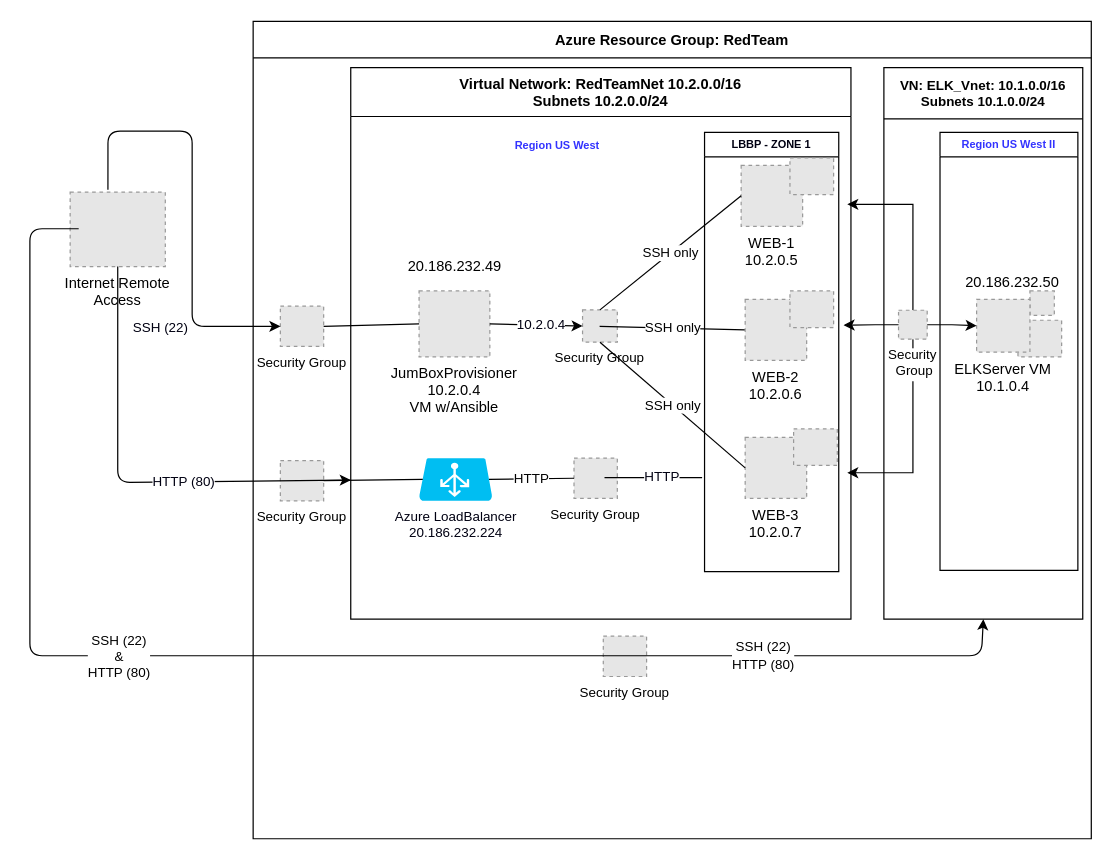
The draw.io diagram 1_Diagram/ELK_Project1.drawio in plb027/W13_HomeWork_PLB, before the edit. Source tidied: cells renumbered, new cells numbered last; positions are measured from the earlier drawing's top-left corner, leaving out a move shared by most shapes. Both pictures are drawn from the tidied source at 122%, with x=0, y=0 at pixel (29, 21). Pictures stored in the file or linked from it are replaced by grey dashed boxes.
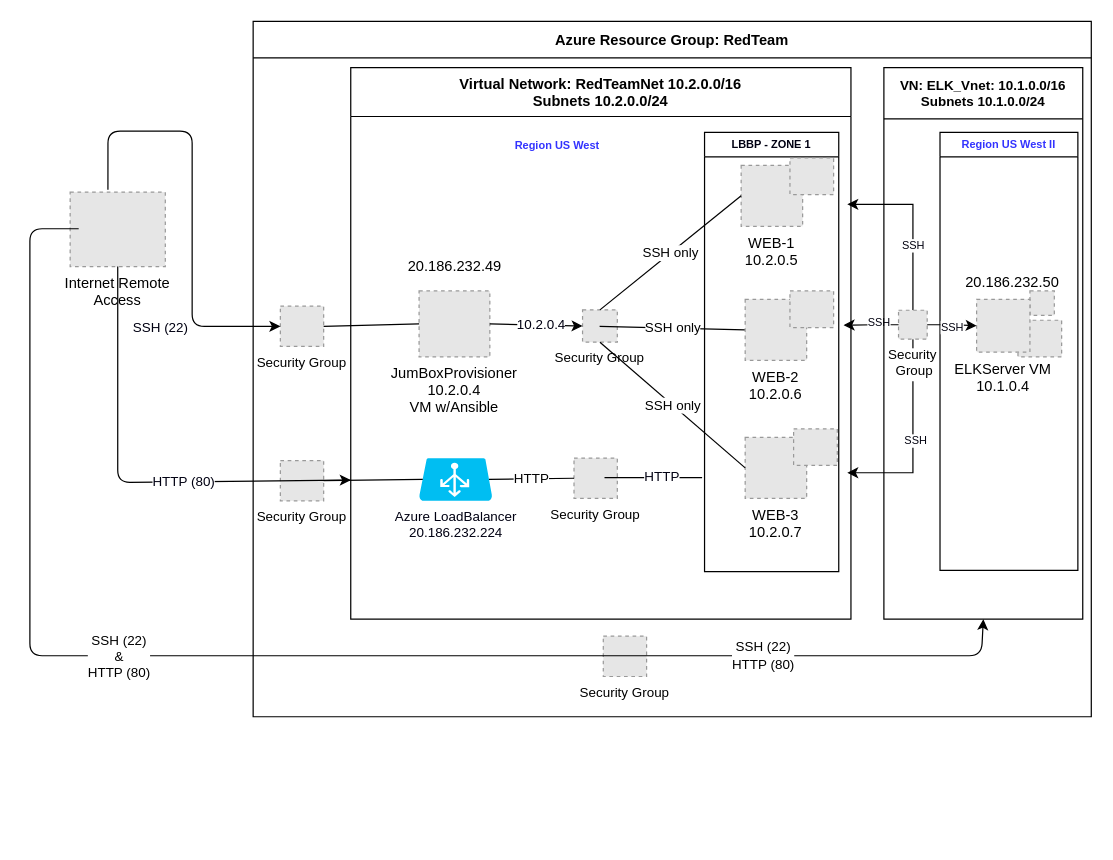
After the change.

Commit message (it also covers changes not shown here):
update files on 1_Diagram folder

Unchanged cells that the change refers to:
```xml
<mxCell id="24" style="edgeStyle=orthogonalEdgeStyle;rounded=0;orthogonalLoop=1;jettySize=auto;html=1;shadow=0;fontSize=11;" parent="5" edge="1">
  <mxGeometry relative="1" as="geometry">
    <mxPoint x="456" y="210.7" as="sourcePoint" />
    <mxPoint x="404" y="211" as="targetPoint" />
    <Array as="points">
      <mxPoint x="430" y="211" />
      <mxPoint x="430" y="211" />
    </Array>
  </mxGeometry>
</mxCell>
<mxCell id="25" style="edgeStyle=orthogonalEdgeStyle;rounded=0;jettySize=auto;html=1;shadow=0;fontSize=11;" parent="5" edge="1" source="27">
  <mxGeometry relative="1" as="geometry">
    <mxPoint x="407" y="332" as="targetPoint" />
    <Array as="points">
      <mxPoint x="461" y="332" />
    </Array>
  </mxGeometry>
</mxCell>
<mxCell id="26" style="edgeStyle=orthogonalEdgeStyle;rounded=0;jettySize=auto;html=1;shadow=0;fontSize=11;" parent="5" edge="1" source="27">
  <mxGeometry relative="1" as="geometry">
    <mxPoint x="407" y="112" as="targetPoint" />
    <Array as="points">
      <mxPoint x="461" y="112" />
    </Array>
  </mxGeometry>
</mxCell>
<mxCell id="45" style="edgeStyle=orthogonalEdgeStyle;rounded=0;jettySize=auto;html=1;shadow=0;fontSize=11;" parent="1" edge="1" source="27" target="44">
  <mxGeometry relative="1" as="geometry" />
</mxCell>
```

Change to the diagram source:
```diff
@@
     <mxCell id="3" value="Azure Resource Group: RedTeam" style="swimlane;startSize=30;" parent="1" vertex="1">
-      <mxGeometry x="183" width="687" height="670" as="geometry" />
+      <mxGeometry x="183" width="687" height="570" as="geometry" />
     </mxCell>
@@
+    <mxCell id="49" value="SSH" style="edgeLabel;html=1;align=center;verticalAlign=middle;fontSize=9;fontColor=#040412;" parent="24" vertex="1">
+      <mxGeometry x="-0.08" y="-2" relative="1" as="geometry" />
+    </mxCell>
@@
+    <mxCell id="50" value="SSH" style="edgeLabel;html=1;align=center;verticalAlign=middle;fontSize=9;fontColor=#040412;" parent="25" vertex="1">
+      <mxGeometry x="0.02" y="2" relative="1" as="geometry" />
+    </mxCell>
@@
+    <mxCell id="51" value="SSH" style="edgeLabel;html=1;align=center;verticalAlign=middle;fontSize=9;fontColor=#040412;" parent="26" vertex="1">
+      <mxGeometry x="-0.24" relative="1" as="geometry" />
+    </mxCell>
@@
+    <mxCell id="52" value="SSH" style="edgeLabel;html=1;align=center;verticalAlign=middle;fontSize=9;fontColor=#040412;" parent="45" vertex="1">
+      <mxGeometry x="0.03" relative="1" as="geometry">
+        <mxPoint y="1" as="offset" />
+      </mxGeometry>
+    </mxCell>
```
